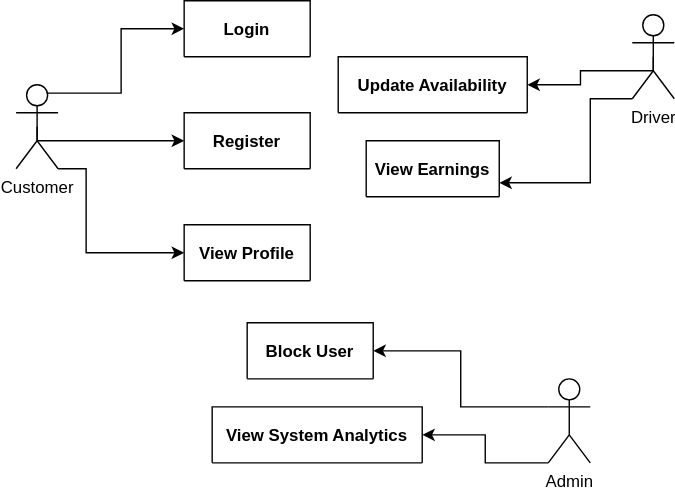
Earlier version of the draw.io export Use Case Diagram.drawio.svg (CodeAiE/Exercise). Source tidied: cells renumbered, new cells last; positions are measured from the earlier drawing's top-left corner, leaving out a move shared by most shapes.
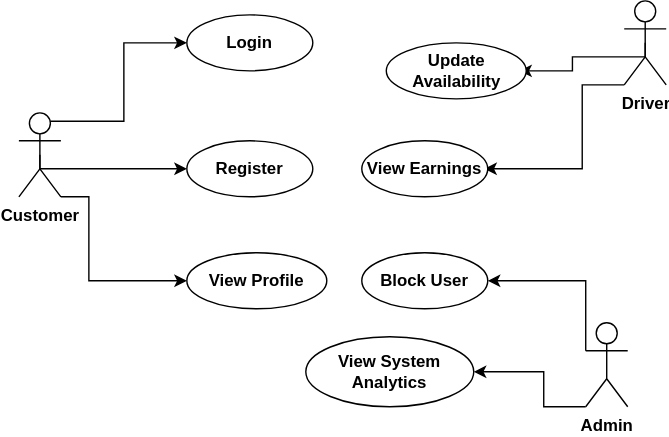
After the commit.

Diff of the diagram source:
```diff
@@ -2,81 +2,89 @@
   <root>
     <mxCell id="0" />
     <mxCell id="1" parent="0" />
-    <mxCell id="2" value="Register" style="shape=table;startSize=75;rowLines=1;fontStyle=1;align=center;" parent="1" vertex="1">
-      <mxGeometry x="120" y="80" width="90" height="40" as="geometry" />
-    </mxCell>
     <mxCell id="3" style="edgeStyle=orthogonalEdgeStyle;rounded=0;jettySize=auto;html=1;exitX=0.75;exitY=0.1;exitDx=0;exitDy=0;exitPerimeter=0;entryX=0;entryY=0.5;entryDx=0;entryDy=0;" parent="1" edge="1" source="6" target="14">
       <mxGeometry relative="1" as="geometry" />
     </mxCell>
-    <mxCell id="4" style="edgeStyle=orthogonalEdgeStyle;rounded=0;jettySize=auto;html=1;exitX=0.5;exitY=0.5;exitDx=0;exitDy=0;exitPerimeter=0;entryX=0;entryY=0.5;entryDx=0;entryDy=0;" parent="1" edge="1" source="6" target="2">
+    <mxCell id="4" style="edgeStyle=orthogonalEdgeStyle;rounded=0;jettySize=auto;html=1;exitX=0.5;exitY=0.5;exitDx=0;exitDy=0;exitPerimeter=0;entryX=0;entryY=0.5;entryDx=0;entryDy=0;" parent="1" edge="1" source="6">
       <mxGeometry relative="1" as="geometry">
+        <mxPoint x="120" y="100" as="targetPoint" />
         <Array as="points">
           <mxPoint x="15" y="100" />
         </Array>
       </mxGeometry>
     </mxCell>
-    <mxCell id="5" style="edgeStyle=orthogonalEdgeStyle;rounded=0;jettySize=auto;html=1;exitX=1;exitY=1;exitDx=0;exitDy=0;exitPerimeter=0;entryX=0;entryY=0.5;entryDx=0;entryDy=0;" parent="1" edge="1" source="6" target="13">
+    <mxCell id="5" style="edgeStyle=orthogonalEdgeStyle;rounded=0;jettySize=auto;html=1;exitX=1;exitY=1;exitDx=0;exitDy=0;exitPerimeter=0;entryX=0;entryY=0.5;entryDx=0;entryDy=0;" parent="1" edge="1" source="6">
       <mxGeometry relative="1" as="geometry">
+        <mxPoint x="120" y="180" as="targetPoint" />
         <Array as="points">
           <mxPoint x="50" y="120" />
           <mxPoint x="50" y="180" />
         </Array>
       </mxGeometry>
     </mxCell>
-    <mxCell id="6" value="Customer" style="shape=umlActor;verticalLabelPosition=bottom;verticalAlign=top;html=1;outlineConnect=0;" parent="1" vertex="1">
+    <mxCell id="6" value="Customer" style="shape=umlActor;verticalLabelPosition=bottom;verticalAlign=top;html=1;outlineConnect=0;fontStyle=1;" parent="1" vertex="1">
       <mxGeometry y="60" width="30" height="60" as="geometry" />
     </mxCell>
-    <mxCell id="7" style="edgeStyle=orthogonalEdgeStyle;rounded=0;jettySize=auto;html=1;exitX=0;exitY=1;exitDx=0;exitDy=0;exitPerimeter=0;entryX=1;entryY=0.75;entryDx=0;entryDy=0;" parent="1" edge="1" source="9" target="15">
+    <mxCell id="7" style="edgeStyle=orthogonalEdgeStyle;rounded=0;jettySize=auto;html=1;exitX=0;exitY=1;exitDx=0;exitDy=0;exitPerimeter=0;" parent="1" edge="1" source="9">
       <mxGeometry relative="1" as="geometry">
+        <mxPoint x="332.5" y="100" as="targetPoint" />
         <Array as="points">
-          <mxPoint x="410" y="70" />
-          <mxPoint x="410" y="130" />
+          <mxPoint x="402.5" y="40" />
+          <mxPoint x="402.5" y="100" />
         </Array>
       </mxGeometry>
     </mxCell>
-    <mxCell id="8" style="edgeStyle=orthogonalEdgeStyle;rounded=0;jettySize=auto;html=1;exitX=0.5;exitY=0.5;exitDx=0;exitDy=0;exitPerimeter=0;entryX=1;entryY=0.5;entryDx=0;entryDy=0;" parent="1" edge="1" source="9" target="17">
+    <mxCell id="8" style="edgeStyle=orthogonalEdgeStyle;rounded=0;jettySize=auto;html=1;exitX=0.5;exitY=0.5;exitDx=0;exitDy=0;exitPerimeter=0;entryX=1;entryY=0.5;entryDx=0;entryDy=0;" parent="1" edge="1" source="9">
       <mxGeometry relative="1" as="geometry">
+        <mxPoint x="357.5" y="30" as="targetPoint" />
         <Array as="points">
-          <mxPoint x="455" y="50" />
-          <mxPoint x="403" y="50" />
-          <mxPoint x="403" y="60" />
+          <mxPoint x="447.5" y="20" />
+          <mxPoint x="395.5" y="20" />
+          <mxPoint x="395.5" y="30" />
         </Array>
       </mxGeometry>
     </mxCell>
-    <mxCell id="9" value="Driver" style="shape=umlActor;verticalLabelPosition=bottom;verticalAlign=top;html=1;outlineConnect=0;" parent="1" vertex="1">
-      <mxGeometry x="440" y="10" width="30" height="60" as="geometry" />
+    <mxCell id="9" value="&lt;b&gt;Driver&lt;/b&gt;" style="shape=umlActor;verticalLabelPosition=bottom;verticalAlign=top;html=1;outlineConnect=0;" parent="1" vertex="1">
+      <mxGeometry x="432.5" y="-20" width="30" height="60" as="geometry" />
     </mxCell>
     <mxCell id="10" style="edgeStyle=orthogonalEdgeStyle;rounded=0;jettySize=auto;html=1;exitX=0;exitY=0.3333333333333333;exitDx=0;exitDy=0;exitPerimeter=0;entryX=1;entryY=0.5;entryDx=0;entryDy=0;" parent="1" edge="1" source="12" target="16">
-      <mxGeometry relative="1" as="geometry" />
+      <mxGeometry relative="1" as="geometry">
+        <Array as="points">
+          <mxPoint x="405" y="180" />
+        </Array>
+      </mxGeometry>
     </mxCell>
     <mxCell id="11" style="edgeStyle=orthogonalEdgeStyle;rounded=0;jettySize=auto;html=1;exitX=0;exitY=1;exitDx=0;exitDy=0;exitPerimeter=0;entryX=1;entryY=0.5;entryDx=0;entryDy=0;" parent="1" edge="1" source="12" target="18">
       <mxGeometry relative="1" as="geometry">
         <Array as="points">
-          <mxPoint x="335" y="330" />
-          <mxPoint x="335" y="310" />
+          <mxPoint x="375" y="270" />
+          <mxPoint x="375" y="245" />
         </Array>
       </mxGeometry>
     </mxCell>
-    <mxCell id="12" value="Admin" style="shape=umlActor;verticalLabelPosition=bottom;verticalAlign=top;html=1;outlineConnect=0;" parent="1" vertex="1">
-      <mxGeometry x="380" y="270" width="30" height="60" as="geometry" />
+    <mxCell id="12" value="Admin" style="shape=umlActor;verticalLabelPosition=bottom;verticalAlign=top;html=1;outlineConnect=0;fontStyle=1;" parent="1" vertex="1">
+      <mxGeometry x="405" y="210" width="30" height="60" as="geometry" />
     </mxCell>
+    <mxCell id="14" value="&lt;b&gt;&lt;font&gt;&lt;br&gt;Login&lt;br&gt;&lt;br&gt;&lt;/font&gt;&lt;/b&gt;" style="ellipse;whiteSpace=wrap;html=1;" parent="1" vertex="1">
+      <mxGeometry x="120" y="-10" width="90" height="40" as="geometry" />
+    </mxCell>
+    <mxCell id="17" value="&lt;b&gt;Update Availability&lt;/b&gt;" style="ellipse;whiteSpace=wrap;html=1;" parent="1" vertex="1">
+      <mxGeometry x="262.5" y="10" width="100" height="40" as="geometry" />
+    </mxCell>
+    <mxCell id="15" value="&lt;b&gt;View Earnings&lt;/b&gt;" style="ellipse;whiteSpace=wrap;html=1;" parent="1" vertex="1">
+      <mxGeometry x="245" y="80" width="90" height="40" as="geometry" />
+    </mxCell>
+    <mxCell id="18" value="&lt;b&gt;View System Analytics&lt;/b&gt;" style="ellipse;whiteSpace=wrap;html=1;" parent="1" vertex="1">
+      <mxGeometry x="205" y="220" width="120" height="50" as="geometry" />
+    </mxCell>
+    <mxCell id="16" value="&lt;b&gt;Block User&lt;/b&gt;" style="ellipse;whiteSpace=wrap;html=1;" parent="1" vertex="1">
+      <mxGeometry x="245" y="160" width="90" height="40" as="geometry" />
+    </mxCell>
-    <mxCell id="13" value="View Profile" style="shape=table;startSize=75;rowLines=1;fontStyle=1;align=center;" parent="1" vertex="1">
-      <mxGeometry x="120" y="160" width="90" height="40" as="geometry" />
+    <mxCell id="13" value="&lt;b&gt;View Profile&lt;/b&gt;" style="ellipse;whiteSpace=wrap;html=1;" parent="1" vertex="1">
+      <mxGeometry x="120" y="160" width="100" height="40" as="geometry" />
     </mxCell>
-    <mxCell id="14" value="Login" style="shape=table;startSize=75;rowLines=1;fontStyle=1;align=center;" parent="1" vertex="1">
-      <mxGeometry x="120" width="90" height="40" as="geometry" />
-    </mxCell>
-    <mxCell id="15" value="View Earnings" style="shape=table;startSize=75;rowLines=1;fontStyle=1;align=center;" parent="1" vertex="1">
-      <mxGeometry x="250" y="100" width="95" height="40" as="geometry" />
-    </mxCell>
-    <mxCell id="16" value="Block User" style="shape=table;startSize=75;rowLines=1;fontStyle=1;align=center;" parent="1" vertex="1">
-      <mxGeometry x="165" y="230" width="90" height="40" as="geometry" />
-    </mxCell>
-    <mxCell id="17" value="Update Availability" style="shape=table;startSize=75;rowLines=1;fontStyle=1;align=center;" parent="1" vertex="1">
-      <mxGeometry x="230" y="40" width="135" height="40" as="geometry" />
-    </mxCell>
-    <mxCell id="18" value="View System Analytics" style="shape=table;startSize=75;rowLines=1;fontStyle=1;align=center;" parent="1" vertex="1">
-      <mxGeometry x="140" y="290" width="150" height="40" as="geometry" />
-    </mxCell>
+    <mxCell id="2" value="&lt;b&gt;Register&lt;/b&gt;" style="ellipse;whiteSpace=wrap;html=1;" parent="1" vertex="1">
+      <mxGeometry x="120" y="80" width="90" height="40" as="geometry" />
+    </mxCell>
   </root>
 </mxGraphModel>
```
